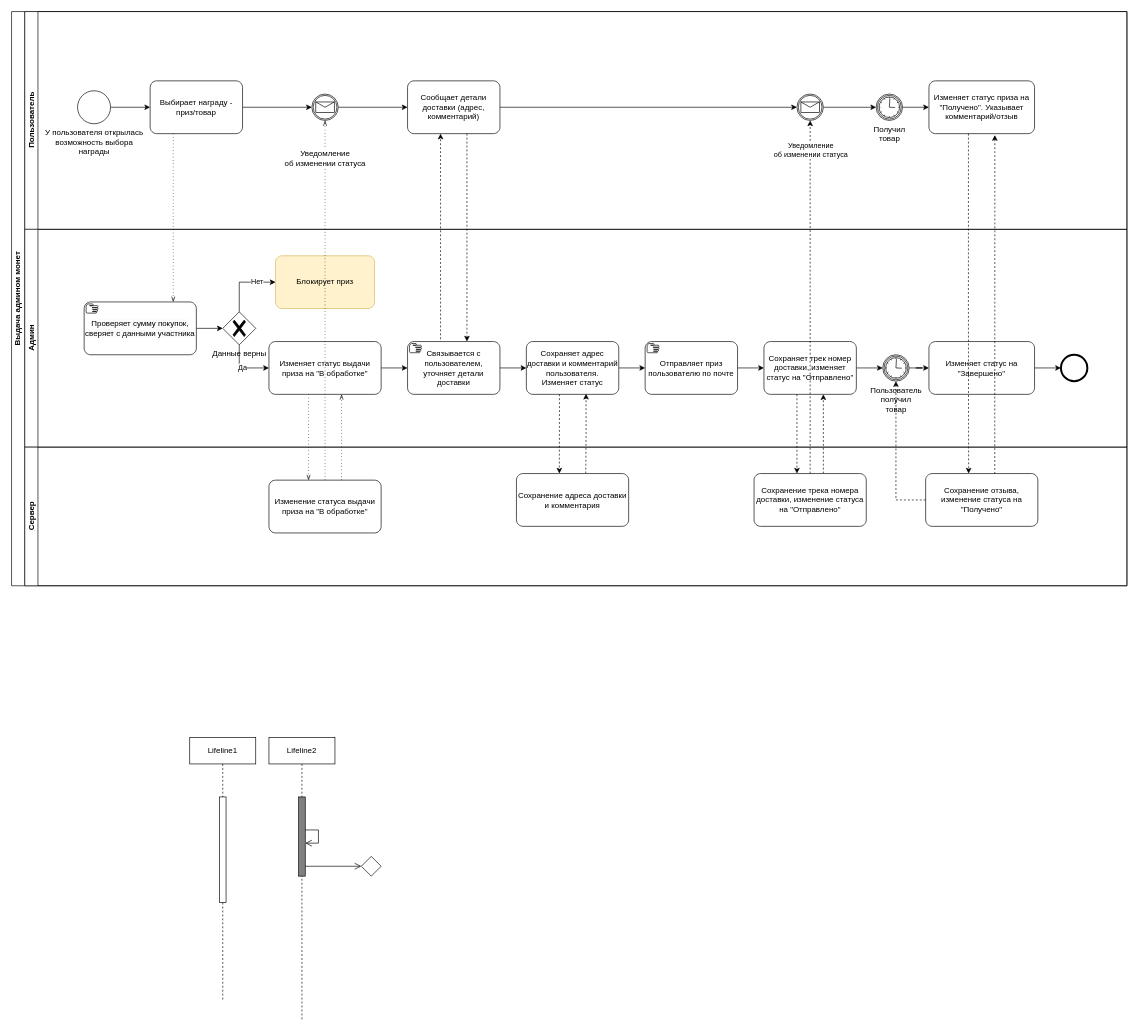
Before: page "Выдача призов/товаров" (5 of 5) of Награждение участников.drawio in aau8/draw.io, a draw.io diagram. Source tidied: cells renumbered, new cells numbered last; positions are measured from the earlier drawing's top-left corner, leaving out a move shared by most shapes. Both pictures are drawn from the tidied source at 66%, with x=0, y=0 at pixel (11, 11).
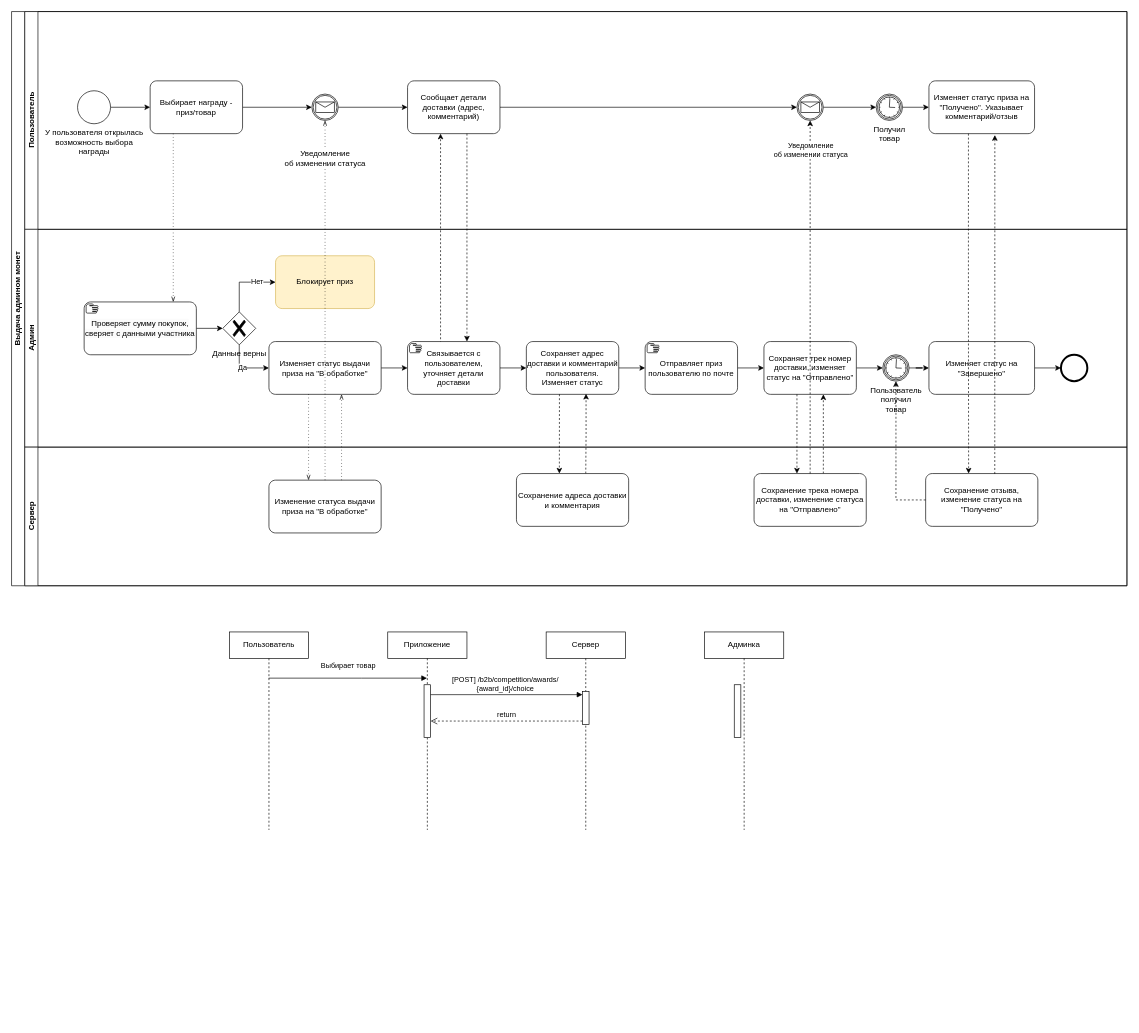
Above is the later version.

Diff of the diagram source:
```diff
@@
-    <mxCell id="59" value="Lifeline2" style="shape=umlLifeline;perimeter=lifelinePerimeter;whiteSpace=wrap;html=1;newEdgeStyle={&quot;edgeStyle&quot;:&quot;elbowEdgeStyle&quot;,&quot;elbow&quot;:&quot;vertical&quot;,&quot;curved&quot;:0,&quot;rounded&quot;:0};" parent="1" vertex="1">
-      <mxGeometry x="390" y="1100" width="100" height="430" as="geometry" />
-    </mxCell>
-    <mxCell id="60" style="html=1;points=[[0,0,0,0,5],[0,1,0,0,-5],[1,0,0,0,5],[1,1,0,0,-5]];perimeter=orthogonalPerimeter;outlineConnect=0;targetShapes=umlLifeline;portConstraint=eastwest;newEdgeStyle={&quot;curved&quot;:0,&quot;rounded&quot;:0};fillColor=#808080;" parent="59" vertex="1">
-      <mxGeometry x="45" y="90" width="10" height="120" as="geometry" />
-    </mxCell>
-    <mxCell id="61" style="endArrow=open;startArrow=none;endFill=0;startFill=0;endSize=8;html=1;verticalAlign=bottom;labelBackgroundColor=none;strokeWidth=1;rounded=0;" parent="59" edge="1" source="60" target="60">
-      <mxGeometry relative="1" as="geometry" />
-    </mxCell>
-    <mxCell id="62" value="Lifeline1" style="shape=umlLifeline;perimeter=lifelinePerimeter;whiteSpace=wrap;html=1;newEdgeStyle={&quot;edgeStyle&quot;:&quot;elbowEdgeStyle&quot;,&quot;elbow&quot;:&quot;vertical&quot;,&quot;curved&quot;:0,&quot;rounded&quot;:0};" parent="1" vertex="1">
-      <mxGeometry x="270" y="1100" width="100" height="400" as="geometry" />
-    </mxCell>
-    <mxCell id="63" style="html=1;perimeter=orthogonalPerimeter;targetShapes=umlLifeline;newEdgeStyle={&quot;curved&quot;:0,&quot;rounded&quot;:0};" parent="62" vertex="1">
-      <mxGeometry x="45" y="90" width="10" height="160" as="geometry" />
-    </mxCell>
-    <mxCell id="64" style="rhombus;" parent="1" vertex="1">
-      <mxGeometry x="530" y="1280" width="30" height="30" as="geometry" />
-    </mxCell>
-    <mxCell id="65" style="endArrow=open;startArrow=none;endFill=0;startFill=0;endSize=8;html=1;verticalAlign=bottom;labelBackgroundColor=none;strokeWidth=1;rounded=0;entryX=0;entryY=0.5;entryDx=0;entryDy=0;" parent="1" edge="1" source="60" target="64">
-      <mxGeometry relative="1" as="geometry" />
-    </mxCell>
+    <mxCell id="66" value="Пользователь" style="shape=umlLifeline;perimeter=lifelinePerimeter;whiteSpace=wrap;html=1;outlineConnect=0;portConstraint=eastwest;newEdgeStyle={&quot;curved&quot;:0,&quot;rounded&quot;:0};" parent="1" vertex="1">
+      <mxGeometry x="330" y="940" width="120" height="300" as="geometry" />
+    </mxCell>
+    <mxCell id="67" value="Приложение" style="shape=umlLifeline;perimeter=lifelinePerimeter;whiteSpace=wrap;html=1;outlineConnect=0;portConstraint=eastwest;newEdgeStyle={&quot;curved&quot;:0,&quot;rounded&quot;:0};" parent="1" vertex="1">
+      <mxGeometry x="570" y="940" width="120" height="300" as="geometry" />
+    </mxCell>
+    <mxCell id="68" style="html=1;points=[[0,0,0,0,5],[0,1,0,0,-5],[1,0,0,0,5],[1,1,0,0,-5]];perimeter=orthogonalPerimeter;outlineConnect=0;targetShapes=umlLifeline;portConstraint=eastwest;newEdgeStyle={&quot;curved&quot;:0,&quot;rounded&quot;:0};" parent="67" vertex="1">
+      <mxGeometry x="55" y="80" width="10" height="80" as="geometry" />
+    </mxCell>
+    <mxCell id="69" value="Сервер" style="shape=umlLifeline;perimeter=lifelinePerimeter;whiteSpace=wrap;html=1;newEdgeStyle={&quot;curved&quot;:0,&quot;rounded&quot;:0};" parent="1" vertex="1">
+      <mxGeometry x="810" y="940" width="120" height="300" as="geometry" />
+    </mxCell>
+    <mxCell id="70" style="html=1;points=[[0,0,0,0,5],[0,1,0,0,-5],[1,0,0,0,5],[1,1,0,0,-5]];perimeter=orthogonalPerimeter;outlineConnect=0;targetShapes=umlLifeline;portConstraint=eastwest;newEdgeStyle={&quot;curved&quot;:0,&quot;rounded&quot;:0};" parent="69" vertex="1">
+      <mxGeometry x="55" y="90" width="10" height="50" as="geometry" />
+    </mxCell>
+    <mxCell id="71" value="Админка" style="shape=umlLifeline;perimeter=lifelinePerimeter;whiteSpace=wrap;html=1;newEdgeStyle={&quot;curved&quot;:0,&quot;rounded&quot;:0};" parent="1" vertex="1">
+      <mxGeometry x="1050" y="940" width="120" height="300" as="geometry" />
+    </mxCell>
+    <mxCell id="72" style="html=1;perimeter=orthogonalPerimeter;targetShapes=umlLifeline;newEdgeStyle={&quot;curved&quot;:0,&quot;rounded&quot;:0};" parent="71" vertex="1">
+      <mxGeometry x="45" y="80" width="10" height="80" as="geometry" />
+    </mxCell>
+    <mxCell id="73" value="Выбирает товар" style="html=1;verticalAlign=bottom;endArrow=block;curved=0;rounded=0;" parent="1" edge="1" source="66" target="67">
+      <mxGeometry y="10" relative="1" as="geometry">
+        <Array as="points">
+          <mxPoint x="530" y="1010" />
+        </Array>
+      </mxGeometry>
+    </mxCell>
+    <mxCell id="74" value="[POST] /b2b/competition/awards/&lt;br style=&quot;border-color: var(--border-color);&quot;&gt;{award_id}/choice" style="html=1;verticalAlign=bottom;endArrow=block;curved=0;rounded=0;entryX=0;entryY=0;entryDx=0;entryDy=5;entryPerimeter=0;" parent="1" edge="1" source="68" target="70">
+      <mxGeometry x="-0.02" relative="1" as="geometry" />
+    </mxCell>
+    <mxCell id="75" value="return" style="html=1;verticalAlign=bottom;endArrow=open;dashed=1;endSize=8;curved=0;rounded=0;exitX=0;exitY=1;exitDx=0;exitDy=-5;exitPerimeter=0;" parent="1" edge="1" source="70" target="68">
+      <mxGeometry relative="1" as="geometry" />
+    </mxCell>
```
